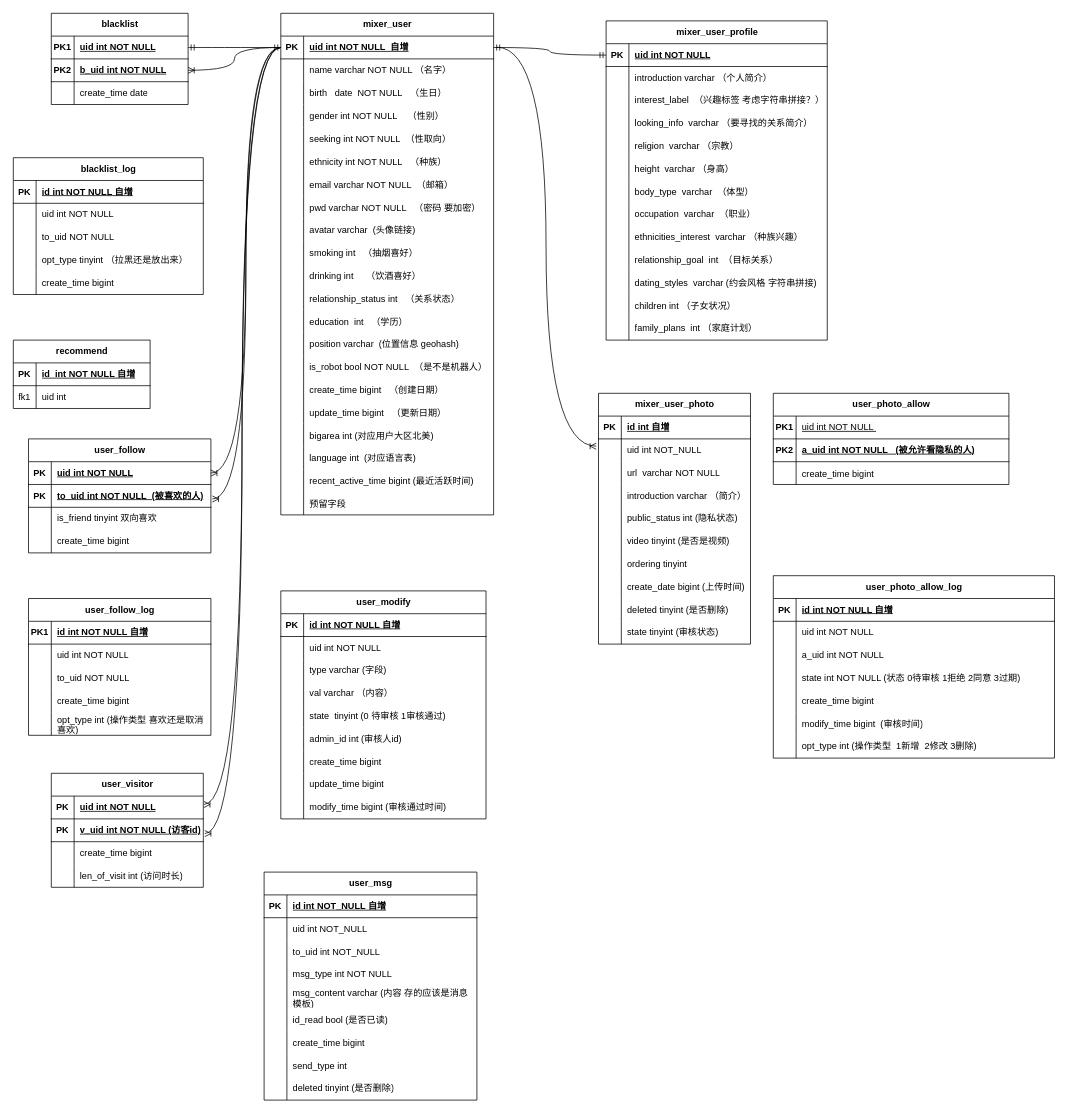
Above: mixweb-er.drawio in zhangshuntao-ola/MyDraw (draw.io), before the change. Source tidied: cells renumbered, new cells numbered last; positions are measured from the earlier drawing's top-left corner, leaving out a move shared by most shapes. Both pictures are drawn from the tidied source at 76%, with x=0, y=0 at pixel (13, 13).
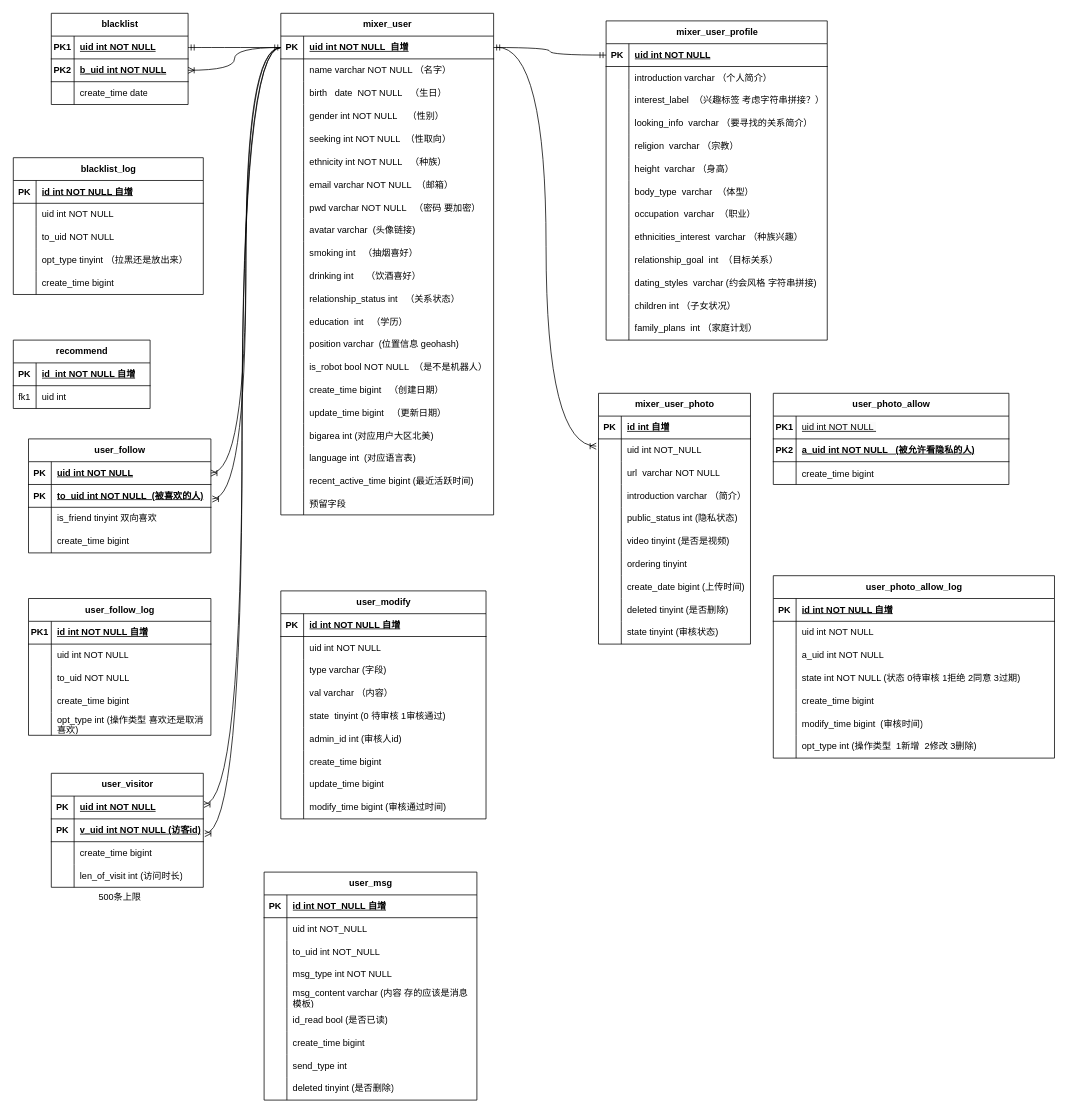
The same diagram, later.

The edit, as a diff of the source:
```diff
@@
+    <mxCell id="309" value="500条上限&lt;br&gt;" style="text;html=1;align=center;verticalAlign=middle;strokeColor=none;fillColor=none;" parent="1" vertex="1">
+      <mxGeometry x="100" y="1148" width="80" height="30" as="geometry" />
+    </mxCell>
```
